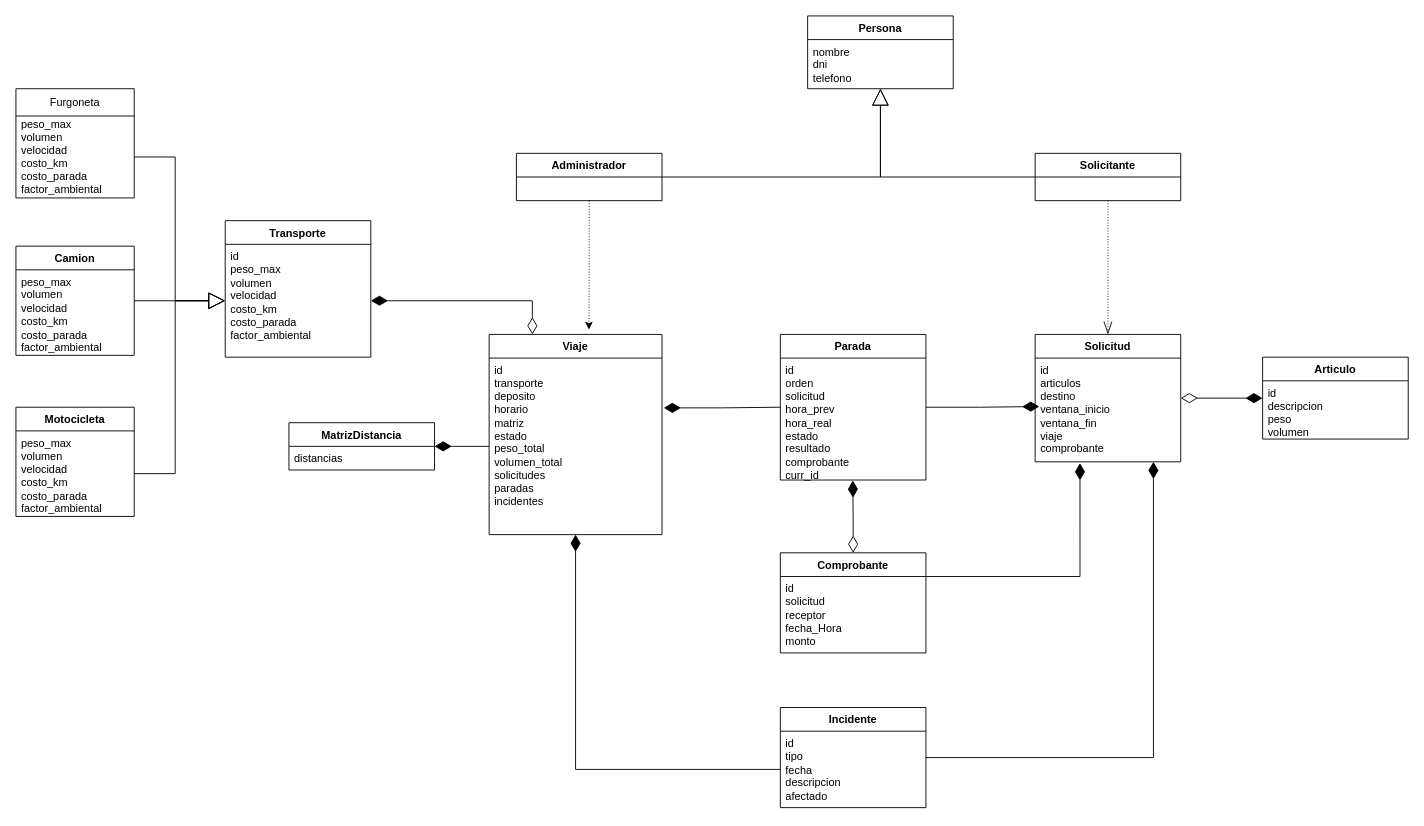
Before: Draw estuctura.drawio in udigestani/Trabajo-Pr-ctico-Optimizaci-n-de-Flota-Log-stica-Urbana, a draw.io diagram. Source tidied: cells renumbered, new cells numbered last; positions are measured from the earlier drawing's top-left corner, leaving out a move shared by most shapes. Both pictures are drawn from the tidied source at 91%, with x=0, y=0 at pixel (15, 15).
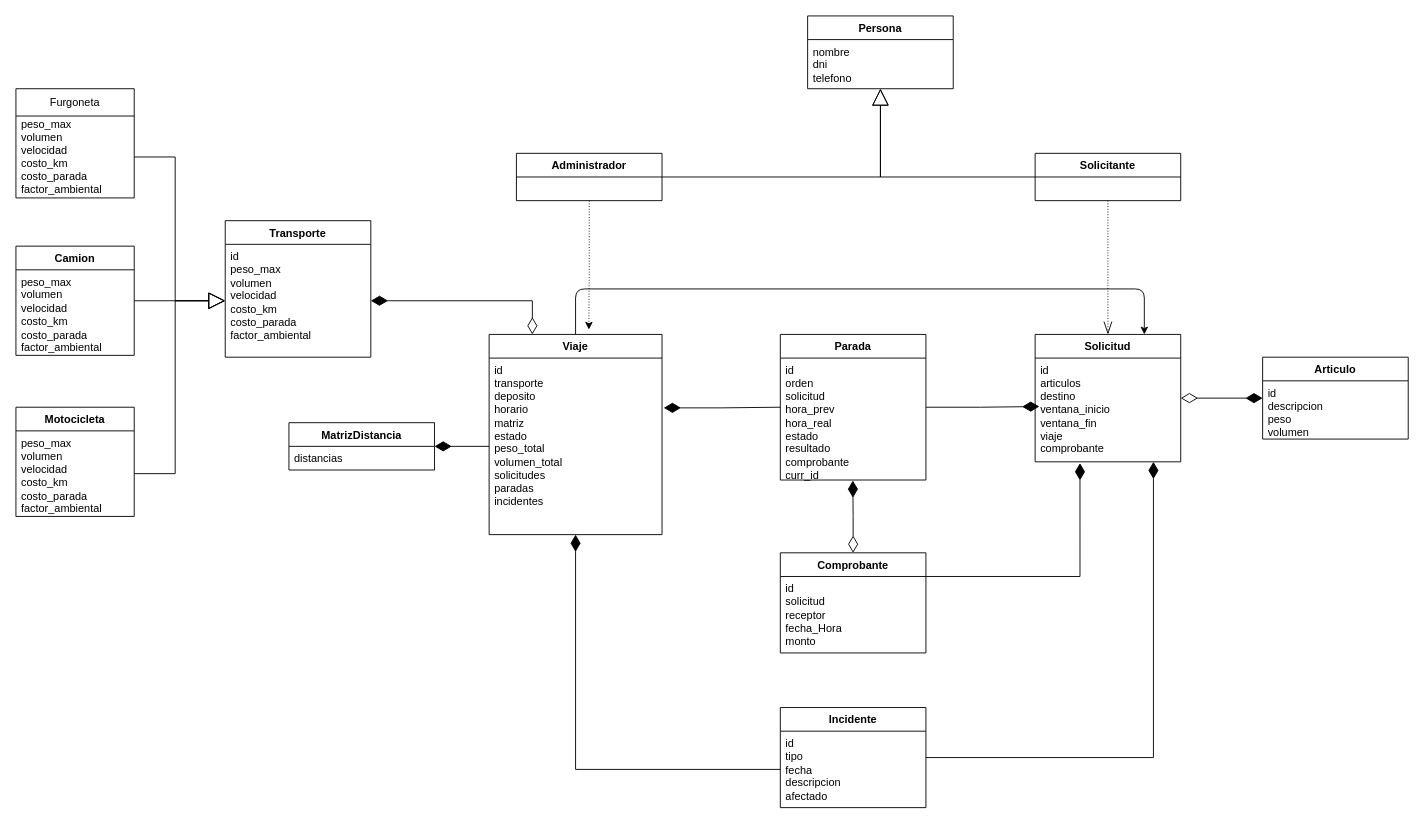
The same diagram, later.

The change refers to these unchanged cells:
```xml
<mxCell id="9" value="Viaje" style="swimlane;fontStyle=1;align=center;verticalAlign=top;horizontal=1;startSize=26;whiteSpace=wrap;html=1;" parent="1" vertex="1">
  <mxGeometry x="520" y="350" width="190" height="220" as="geometry" />
</mxCell>
<mxCell id="11" value="Solicitud" style="swimlane;fontStyle=1;align=center;verticalAlign=top;horizontal=1;startSize=26;whiteSpace=wrap;html=1;" parent="1" vertex="1">
  <mxGeometry x="1120" y="350" width="160" height="140" as="geometry" />
</mxCell>
```

Change to the diagram source:
```diff
@@
+    <mxCell id="46" style="edgeStyle=none;html=1;entryX=0.75;entryY=0;entryDx=0;entryDy=0;" parent="1" edge="1" source="9" target="11">
+      <mxGeometry relative="1" as="geometry">
+        <Array as="points">
+          <mxPoint x="615" y="300" />
+          <mxPoint x="1240" y="300" />
+        </Array>
+      </mxGeometry>
+    </mxCell>
```
